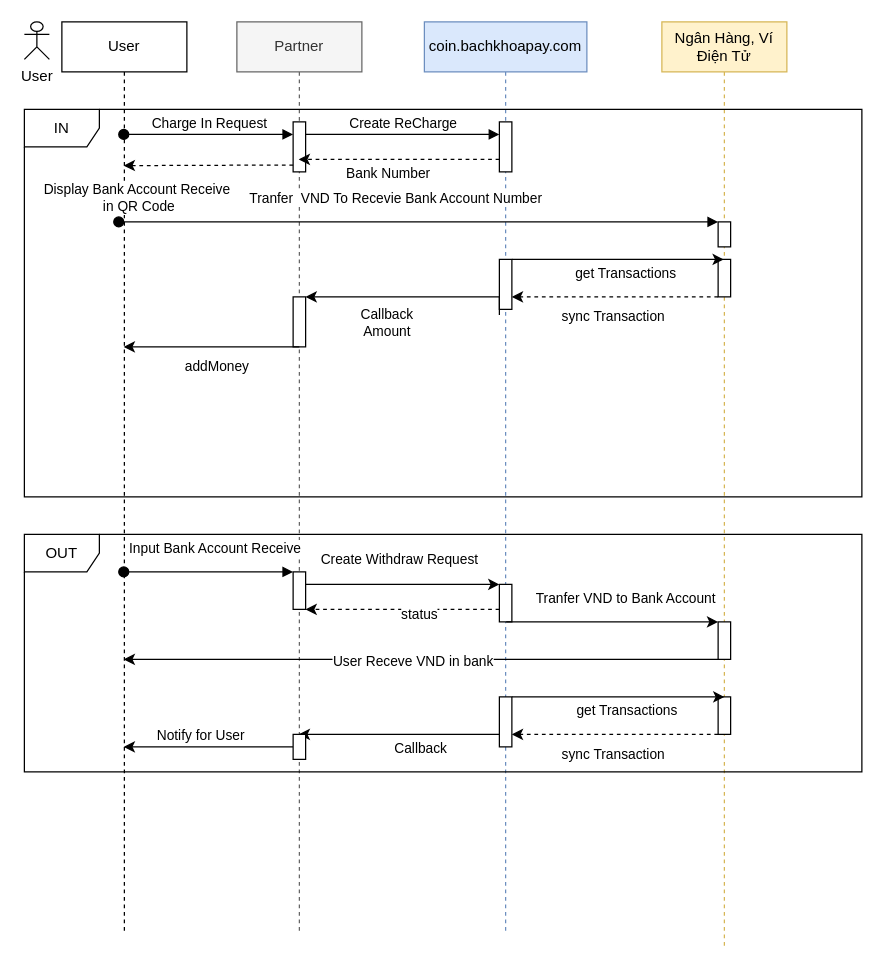
The draw.io diagram OTP VOICE.drawio in bachdev/diagram, before the edit. Source tidied: cells renumbered, new cells numbered last; positions are measured from the earlier drawing's top-left corner, leaving out a move shared by most shapes. Both pictures are drawn from the tidied source at 125%, with x=0, y=0 at pixel (24, 21).
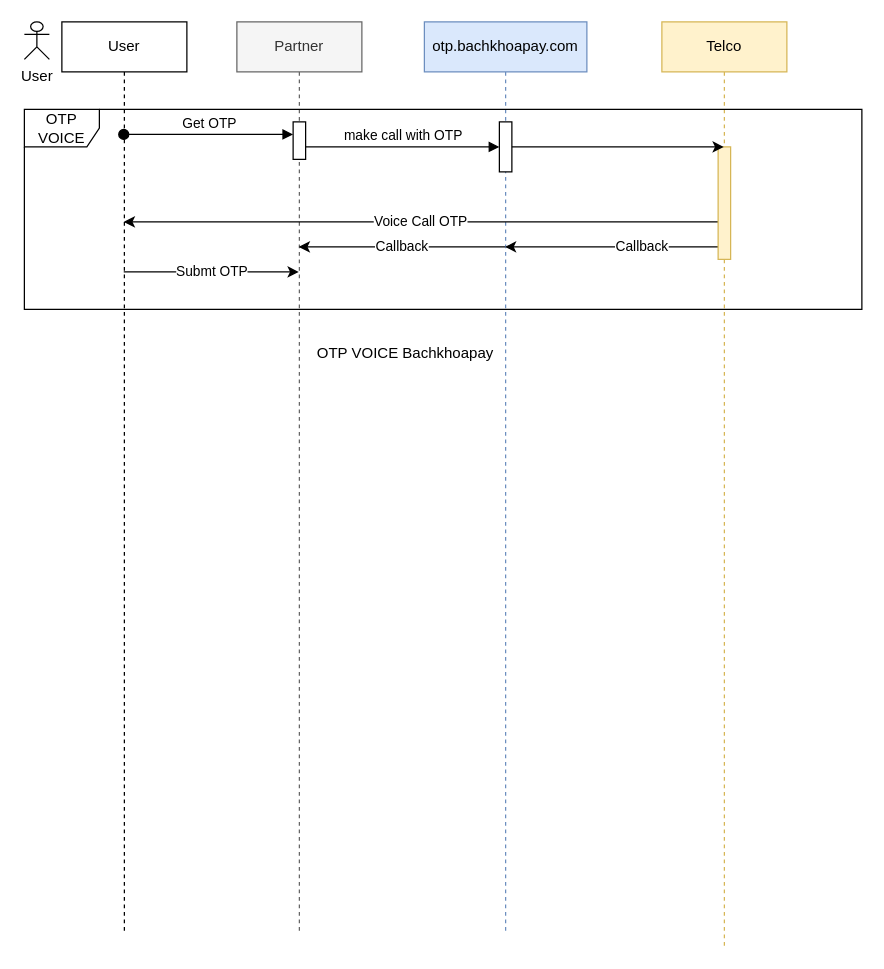
The same diagram, later.

The change refers to these unchanged cells:
```xml
<mxCell id="2" value="Partner" style="shape=umlLifeline;perimeter=lifelinePerimeter;whiteSpace=wrap;html=1;outlineConnect=0;portConstraint=eastwest;newEdgeStyle={&quot;edgeStyle&quot;:&quot;elbowEdgeStyle&quot;,&quot;elbow&quot;:&quot;vertical&quot;,&quot;curved&quot;:0,&quot;rounded&quot;:0};fillColor=#f5f5f5;fontColor=#333333;strokeColor=#666666;" parent="1" vertex="1">
  <mxGeometry x="170" width="100" height="730" as="geometry" />
</mxCell>
<mxCell id="7" style="html=1;points=[];perimeter=orthogonalPerimeter;outlineConnect=0;targetShapes=umlLifeline;portConstraint=eastwest;newEdgeStyle={&quot;edgeStyle&quot;:&quot;elbowEdgeStyle&quot;,&quot;elbow&quot;:&quot;vertical&quot;,&quot;curved&quot;:0,&quot;rounded&quot;:0};" parent="6" vertex="1">
  <mxGeometry x="60" y="80" width="10" height="40" as="geometry" />
</mxCell>
<mxCell id="17" value="User" style="shape=umlLifeline;perimeter=lifelinePerimeter;whiteSpace=wrap;html=1;outlineConnect=0;portConstraint=eastwest;newEdgeStyle={&quot;edgeStyle&quot;:&quot;elbowEdgeStyle&quot;,&quot;elbow&quot;:&quot;vertical&quot;,&quot;curved&quot;:0,&quot;rounded&quot;:0};" parent="1" vertex="1">
  <mxGeometry x="30" width="100" height="730" as="geometry" />
</mxCell>
```

Change to the diagram source:
```diff
@@
     <mxCell id="3" style="html=1;points=[];perimeter=orthogonalPerimeter;outlineConnect=0;targetShapes=umlLifeline;portConstraint=eastwest;newEdgeStyle={&quot;edgeStyle&quot;:&quot;elbowEdgeStyle&quot;,&quot;elbow&quot;:&quot;vertical&quot;,&quot;curved&quot;:0,&quot;rounded&quot;:0};" parent="2" vertex="1">
-      <mxGeometry x="45" y="80" width="10" height="40" as="geometry" />
+      <mxGeometry x="45" y="80" width="10" height="30" as="geometry" />
     </mxCell>
-    <mxCell id="4" style="html=1;perimeter=orthogonalPerimeter;targetShapes=umlLifeline;newEdgeStyle={&quot;edgeStyle&quot;:&quot;elbowEdgeStyle&quot;,&quot;elbow&quot;:&quot;vertical&quot;,&quot;curved&quot;:0,&quot;rounded&quot;:0};" parent="2" vertex="1">
-      <mxGeometry x="45" y="220" width="10" height="40" as="geometry" />
-    </mxCell>
-    <mxCell id="5" style="html=1;points=[];perimeter=orthogonalPerimeter;outlineConnect=0;targetShapes=umlLifeline;portConstraint=eastwest;newEdgeStyle={&quot;edgeStyle&quot;:&quot;elbowEdgeStyle&quot;,&quot;elbow&quot;:&quot;vertical&quot;,&quot;curved&quot;:0,&quot;rounded&quot;:0};" parent="2" vertex="1">
-      <mxGeometry x="45" y="440" width="10" height="30" as="geometry" />
-    </mxCell>
+    <mxCell id="55" value="Callback " style="edgeStyle=elbowEdgeStyle;rounded=0;jettySize=auto;html=1;elbow=vertical;curved=0;" parent="1" edge="1" source="6" target="2">
+      <mxGeometry relative="1" as="geometry">
+        <Array as="points">
+          <mxPoint x="300" y="180" />
+        </Array>
+      </mxGeometry>
+    </mxCell>
-    <mxCell id="6" value="coin.bachkhoapay.com" style="shape=umlLifeline;perimeter=lifelinePerimeter;whiteSpace=wrap;html=1;outlineConnect=0;portConstraint=eastwest;newEdgeStyle={&quot;edgeStyle&quot;:&quot;elbowEdgeStyle&quot;,&quot;elbow&quot;:&quot;vertical&quot;,&quot;curved&quot;:0,&quot;rounded&quot;:0};fillColor=#dae8fc;strokeColor=#6c8ebf;" parent="1" vertex="1">
+    <mxCell id="6" value="otp.bachkhoapay.com" style="shape=umlLifeline;perimeter=lifelinePerimeter;whiteSpace=wrap;html=1;outlineConnect=0;portConstraint=eastwest;newEdgeStyle={&quot;edgeStyle&quot;:&quot;elbowEdgeStyle&quot;,&quot;elbow&quot;:&quot;vertical&quot;,&quot;curved&quot;:0,&quot;rounded&quot;:0};fillColor=#dae8fc;strokeColor=#6c8ebf;" parent="1" vertex="1">
       <mxGeometry x="320" width="130" height="730" as="geometry" />
     </mxCell>
@@
-    <mxCell id="8" style="html=1;points=[];perimeter=orthogonalPerimeter;outlineConnect=0;targetShapes=umlLifeline;portConstraint=eastwest;newEdgeStyle={&quot;edgeStyle&quot;:&quot;elbowEdgeStyle&quot;,&quot;elbow&quot;:&quot;vertical&quot;,&quot;curved&quot;:0,&quot;rounded&quot;:0};" parent="6" vertex="1">
-      <mxGeometry x="60" y="190" width="10" height="40" as="geometry" />
-    </mxCell>
-    <mxCell id="9" style="html=1;points=[];perimeter=orthogonalPerimeter;outlineConnect=0;targetShapes=umlLifeline;portConstraint=eastwest;newEdgeStyle={&quot;edgeStyle&quot;:&quot;elbowEdgeStyle&quot;,&quot;elbow&quot;:&quot;vertical&quot;,&quot;curved&quot;:0,&quot;rounded&quot;:0};" parent="6" vertex="1">
-      <mxGeometry x="60" y="450" width="10" height="30" as="geometry" />
-    </mxCell>
-    <mxCell id="10" value="Create ReCharge" style="html=1;verticalAlign=bottom;endArrow=block;edgeStyle=elbowEdgeStyle;elbow=vertical;curved=0;rounded=0;" parent="1" edge="1" source="3" target="7">
+    <mxCell id="10" value="make call with OTP" style="html=1;verticalAlign=bottom;endArrow=block;edgeStyle=elbowEdgeStyle;elbow=horizontal;curved=0;rounded=0;" parent="1" edge="1" source="3" target="7">
       <mxGeometry relative="1" as="geometry">
         <Array as="points">
-          <mxPoint x="310" y="90" />
+          <mxPoint x="280" y="100" />
         </Array>
       </mxGeometry>
     </mxCell>
@@
-    <mxCell id="12" value="Ngân Hàng, Ví Điện Tử " style="shape=umlLifeline;perimeter=lifelinePerimeter;whiteSpace=wrap;html=1;outlineConnect=0;portConstraint=eastwest;newEdgeStyle={&quot;edgeStyle&quot;:&quot;elbowEdgeStyle&quot;,&quot;elbow&quot;:&quot;vertical&quot;,&quot;curved&quot;:0,&quot;rounded&quot;:0};fillColor=#fff2cc;strokeColor=#d6b656;" parent="1" vertex="1">
+    <mxCell id="12" value="Telco" style="shape=umlLifeline;perimeter=lifelinePerimeter;whiteSpace=wrap;html=1;outlineConnect=0;portConstraint=eastwest;newEdgeStyle={&quot;edgeStyle&quot;:&quot;elbowEdgeStyle&quot;,&quot;elbow&quot;:&quot;vertical&quot;,&quot;curved&quot;:0,&quot;rounded&quot;:0};fillColor=#fff2cc;strokeColor=#d6b656;" parent="1" vertex="1">
       <mxGeometry x="510" width="100" height="740" as="geometry" />
     </mxCell>
@@
-    <mxCell id="15" style="html=1;perimeter=orthogonalPerimeter;targetShapes=umlLifeline;newEdgeStyle={&quot;edgeStyle&quot;:&quot;elbowEdgeStyle&quot;,&quot;elbow&quot;:&quot;vertical&quot;,&quot;curved&quot;:0,&quot;rounded&quot;:0};" parent="12" vertex="1">
-      <mxGeometry x="45" y="190" width="10" height="30" as="geometry" />
-    </mxCell>
-    <mxCell id="16" style="html=1;perimeter=orthogonalPerimeter;targetShapes=umlLifeline;newEdgeStyle={&quot;edgeStyle&quot;:&quot;elbowEdgeStyle&quot;,&quot;elbow&quot;:&quot;vertical&quot;,&quot;curved&quot;:0,&quot;rounded&quot;:0};" parent="12" vertex="1">
-      <mxGeometry x="45" y="480" width="10" height="30" as="geometry" />
-    </mxCell>
+    <mxCell id="56" value="Submt OTP" style="edgeStyle=elbowEdgeStyle;rounded=0;orthogonalLoop=1;jettySize=auto;html=1;elbow=horizontal;curved=0;" parent="1" edge="1">
+      <mxGeometry relative="1" as="geometry">
+        <mxPoint x="79.5" y="200" as="sourcePoint" />
+        <mxPoint x="219.5" y="200" as="targetPoint" />
+      </mxGeometry>
+    </mxCell>
@@
-    <mxCell id="18" value="Charge In Request " style="html=1;verticalAlign=bottom;startArrow=oval;endArrow=block;startSize=8;edgeStyle=elbowEdgeStyle;elbow=vertical;curved=0;rounded=0;" parent="1" edge="1">
+    <mxCell id="18" value="Get OTP" style="html=1;verticalAlign=bottom;startArrow=oval;endArrow=block;startSize=8;edgeStyle=elbowEdgeStyle;elbow=vertical;curved=0;rounded=0;" parent="1" edge="1">
       <mxGeometry relative="1" as="geometry">
         <mxPoint x="79.5" y="90" as="sourcePoint" />
         <mxPoint x="215" y="90" as="targetPoint" />
       </mxGeometry>
     </mxCell>
-    <mxCell id="19" style="edgeStyle=elbowEdgeStyle;rounded=0;orthogonalLoop=1;jettySize=auto;html=1;elbow=vertical;curved=0;dashed=1;" parent="1" edge="1">
-      <mxGeometry relative="1" as="geometry">
-        <mxPoint x="215" y="114.5" as="sourcePoint" />
-        <mxPoint x="79.5" y="114.5" as="targetPoint" />
-      </mxGeometry>
-    </mxCell>
-    <mxCell id="20" value="&lt;div&gt;Display Bank Account Receive&lt;/div&gt;&lt;div&gt;&amp;nbsp;in QR Code&lt;/div&gt;" style="edgeLabel;html=1;align=center;verticalAlign=middle;" parent="19" vertex="1">
-      <mxGeometry x="-0.23" y="4" relative="1" as="geometry">
-        <mxPoint x="-73" y="21" as="offset" />
-      </mxGeometry>
-    </mxCell>
-    <mxCell id="21" value="Tranfer&amp;nbsp; VND To Recevie Bank Account Number" style="html=1;verticalAlign=bottom;startArrow=oval;endArrow=block;startSize=8;edgeStyle=elbowEdgeStyle;elbow=vertical;curved=0;rounded=0;" parent="1" edge="1">
-      <mxGeometry x="-0.08" y="10" relative="1" as="geometry">
-        <mxPoint x="75.5" y="160" as="sourcePoint" />
-        <mxPoint x="555" y="160" as="targetPoint" />
-      </mxGeometry>
-    </mxCell>
-    <mxCell id="22" style="edgeStyle=elbowEdgeStyle;rounded=0;jettySize=auto;html=1;elbow=horizontal;curved=0;" parent="1" edge="1" source="8" target="12">
-      <mxGeometry relative="1" as="geometry">
-        <Array as="points">
-          <mxPoint x="460" y="190" />
-        </Array>
-      </mxGeometry>
-    </mxCell>
-    <mxCell id="23" value="get Transactions " style="edgeLabel;html=1;align=center;verticalAlign=middle;" parent="22" vertex="1">
-      <mxGeometry x="0.1" y="-1" relative="1" as="geometry">
-        <mxPoint x="-3" y="9" as="offset" />
-      </mxGeometry>
-    </mxCell>
-    <mxCell id="24" style="edgeStyle=elbowEdgeStyle;rounded=0;jettySize=auto;html=1;elbow=vertical;curved=0;dashed=1;" parent="1" edge="1" target="8">
-      <mxGeometry relative="1" as="geometry">
-        <mxPoint x="555" y="220" as="sourcePoint" />
-        <Array as="points">
-          <mxPoint x="480" y="220" />
-        </Array>
-      </mxGeometry>
-    </mxCell>
-    <mxCell id="25" value="sync Transaction" style="edgeLabel;html=1;align=center;verticalAlign=middle;" parent="24" vertex="1">
-      <mxGeometry x="0.3" y="2" relative="1" as="geometry">
-        <mxPoint x="22" y="13" as="offset" />
-      </mxGeometry>
-    </mxCell>
-    <mxCell id="26" style="edgeStyle=elbowEdgeStyle;rounded=0;orthogonalLoop=1;jettySize=auto;html=1;elbow=vertical;curved=0;" parent="1" edge="1">
-      <mxGeometry relative="1" as="geometry">
-        <mxPoint x="380" y="234.5" as="sourcePoint" />
-        <mxPoint x="225" y="220" as="targetPoint" />
-        <Array as="points">
-          <mxPoint x="300" y="220" />
-        </Array>
-      </mxGeometry>
-    </mxCell>
-    <mxCell id="27" value="&lt;div&gt;Callback&lt;/div&gt;&lt;div&gt;Amount &lt;br&gt;&lt;/div&gt;" style="edgeLabel;html=1;align=center;verticalAlign=middle;" parent="26" vertex="1">
-      <mxGeometry x="-0.05" relative="1" as="geometry">
-        <mxPoint x="-24" y="20" as="offset" />
-      </mxGeometry>
-    </mxCell>
-    <mxCell id="28" style="edgeStyle=elbowEdgeStyle;rounded=0;orthogonalLoop=1;jettySize=auto;html=1;elbow=vertical;curved=0;" parent="1" edge="1">
-      <mxGeometry relative="1" as="geometry">
-        <mxPoint x="220" y="260" as="sourcePoint" />
-        <mxPoint x="79.5" y="260" as="targetPoint" />
-      </mxGeometry>
-    </mxCell>
-    <mxCell id="29" value="addMoney" style="edgeLabel;html=1;align=center;verticalAlign=middle;" parent="28" vertex="1">
-      <mxGeometry x="-0.22" y="-2" relative="1" as="geometry">
-        <mxPoint x="-12" y="17" as="offset" />
-      </mxGeometry>
-    </mxCell>
-    <mxCell id="30" style="edgeStyle=elbowEdgeStyle;rounded=0;orthogonalLoop=1;jettySize=auto;html=1;elbow=vertical;curved=0;dashed=1;" parent="1" edge="1">
-      <mxGeometry relative="1" as="geometry">
-        <mxPoint x="380" y="110" as="sourcePoint" />
-        <mxPoint x="219.5" y="110" as="targetPoint" />
-      </mxGeometry>
-    </mxCell>
-    <mxCell id="31" value="Bank Number" style="edgeLabel;html=1;align=center;verticalAlign=middle;" parent="30" vertex="1">
-      <mxGeometry x="-0.29" y="2" relative="1" as="geometry">
-        <mxPoint x="-33" y="8" as="offset" />
-      </mxGeometry>
-    </mxCell>
@@
-    <mxCell id="33" value="OUT" style="shape=umlFrame;whiteSpace=wrap;html=1;" parent="1" vertex="1">
-      <mxGeometry y="410" width="670" height="190" as="geometry" />
-    </mxCell>
-    <mxCell id="34" value="&amp;nbsp;Input Bank Account Receive " style="html=1;verticalAlign=bottom;startArrow=oval;endArrow=block;startSize=8;edgeStyle=elbowEdgeStyle;elbow=vertical;curved=0;rounded=0;" parent="1" edge="1">
-      <mxGeometry x="0.05" y="10" relative="1" as="geometry">
-        <mxPoint x="79.5" y="440" as="sourcePoint" />
-        <mxPoint x="215" y="440" as="targetPoint" />
-      </mxGeometry>
-    </mxCell>
-    <mxCell id="35" value="Create Withdraw Request " style="edgeStyle=elbowEdgeStyle;rounded=0;jettySize=auto;html=1;elbow=vertical;curved=0;" parent="1" edge="1" source="5" target="9">
-      <mxGeometry x="-0.03" y="20" relative="1" as="geometry">
-        <Array as="points">
-          <mxPoint x="290" y="450" />
-        </Array>
-      </mxGeometry>
-    </mxCell>
+    <mxCell id="57" value="Voice Call OTP" style="edgeStyle=elbowEdgeStyle;rounded=0;jettySize=auto;html=1;elbow=horizontal;curved=0;" parent="1" edge="1" source="36" target="17">
+      <mxGeometry relative="1" as="geometry">
+        <Array as="points">
+          <mxPoint x="343" y="160" />
+        </Array>
+      </mxGeometry>
+    </mxCell>
+    <mxCell id="58" style="edgeStyle=elbowEdgeStyle;rounded=0;orthogonalLoop=1;jettySize=auto;html=1;elbow=vertical;curved=0;" parent="1" edge="1">
+      <mxGeometry relative="1" as="geometry">
+        <mxPoint x="555" y="180" as="sourcePoint" />
+        <mxPoint x="384.5" y="180" as="targetPoint" />
+      </mxGeometry>
+    </mxCell>
+    <mxCell id="45" value="Callback " style="edgeLabel;html=1;align=center;verticalAlign=middle;" parent="58" vertex="1">
+      <mxGeometry x="-0.27" y="-1" relative="1" as="geometry" />
+    </mxCell>
-    <mxCell id="36" style="html=1;points=[];perimeter=orthogonalPerimeter;outlineConnect=0;targetShapes=umlLifeline;portConstraint=eastwest;newEdgeStyle={&quot;edgeStyle&quot;:&quot;elbowEdgeStyle&quot;,&quot;elbow&quot;:&quot;vertical&quot;,&quot;curved&quot;:0,&quot;rounded&quot;:0};" parent="1" vertex="1">
-      <mxGeometry x="555" y="160" width="10" height="20" as="geometry" />
+    <mxCell id="36" style="html=1;points=[];perimeter=orthogonalPerimeter;outlineConnect=0;targetShapes=umlLifeline;portConstraint=eastwest;newEdgeStyle={&quot;edgeStyle&quot;:&quot;elbowEdgeStyle&quot;,&quot;elbow&quot;:&quot;vertical&quot;,&quot;curved&quot;:0,&quot;rounded&quot;:0};fillColor=#fff2cc;strokeColor=#d6b656;" parent="1" vertex="1">
+      <mxGeometry x="555" y="100" width="10" height="90" as="geometry" />
     </mxCell>
-    <mxCell id="37" style="edgeStyle=elbowEdgeStyle;rounded=0;orthogonalLoop=1;jettySize=auto;html=1;elbow=horizontal;curved=0;" parent="1" edge="1">
-      <mxGeometry relative="1" as="geometry">
-        <mxPoint x="385.5" y="480" as="sourcePoint" />
-        <mxPoint x="555" y="480" as="targetPoint" />
-      </mxGeometry>
-    </mxCell>
-    <mxCell id="38" value="Tranfer VND to Bank Account " style="edgeLabel;html=1;align=center;verticalAlign=middle;" parent="37" vertex="1">
-      <mxGeometry x="-0.14" y="3" relative="1" as="geometry">
-        <mxPoint x="22" y="-17" as="offset" />
-      </mxGeometry>
-    </mxCell>
-    <mxCell id="39" style="edgeStyle=elbowEdgeStyle;rounded=0;orthogonalLoop=1;jettySize=auto;html=1;elbow=vertical;curved=0;" parent="1" edge="1">
-      <mxGeometry relative="1" as="geometry">
-        <mxPoint x="555" y="510" as="sourcePoint" />
-        <mxPoint x="79.5" y="510" as="targetPoint" />
-        <Array as="points">
-          <mxPoint x="420" y="510" />
-        </Array>
-      </mxGeometry>
-    </mxCell>
-    <mxCell id="40" value="User Receve VND in bank" style="edgeLabel;html=1;align=center;verticalAlign=middle;" parent="39" vertex="1">
-      <mxGeometry x="0.03" y="1" relative="1" as="geometry" />
-    </mxCell>
-    <mxCell id="41" value="IN" style="shape=umlFrame;whiteSpace=wrap;html=1;" parent="1" vertex="1">
-      <mxGeometry y="70" width="670" height="310" as="geometry" />
+    <mxCell id="41" value="OTP VOICE" style="shape=umlFrame;whiteSpace=wrap;html=1;" parent="1" vertex="1">
+      <mxGeometry y="70" width="670" height="160" as="geometry" />
     </mxCell>
-    <mxCell id="42" style="edgeStyle=elbowEdgeStyle;rounded=0;jettySize=auto;html=1;elbow=vertical;curved=0;dashed=1;" parent="1" edge="1" source="9" target="5">
-      <mxGeometry relative="1" as="geometry">
-        <Array as="points">
-          <mxPoint x="300" y="470" />
-        </Array>
-      </mxGeometry>
-    </mxCell>
-    <mxCell id="43" value="status" style="edgeLabel;html=1;align=center;verticalAlign=middle;" parent="42" vertex="1">
-      <mxGeometry x="-0.16" y="3" relative="1" as="geometry" />
-    </mxCell>
-    <mxCell id="44" style="edgeStyle=elbowEdgeStyle;rounded=0;jettySize=auto;html=1;elbow=vertical;curved=0;" parent="1" edge="1" source="46" target="2">
-      <mxGeometry relative="1" as="geometry">
-        <Array as="points">
-          <mxPoint x="330" y="570" />
-        </Array>
-      </mxGeometry>
-    </mxCell>
-    <mxCell id="45" value="Callback " style="edgeLabel;html=1;align=center;verticalAlign=middle;" parent="44" vertex="1">
-      <mxGeometry x="-0.2" y="3" relative="1" as="geometry">
-        <mxPoint y="7" as="offset" />
-      </mxGeometry>
-    </mxCell>
-    <mxCell id="46" style="html=1;points=[];perimeter=orthogonalPerimeter;outlineConnect=0;targetShapes=umlLifeline;portConstraint=eastwest;newEdgeStyle={&quot;edgeStyle&quot;:&quot;elbowEdgeStyle&quot;,&quot;elbow&quot;:&quot;vertical&quot;,&quot;curved&quot;:0,&quot;rounded&quot;:0};" parent="1" vertex="1">
-      <mxGeometry x="380" y="540" width="10" height="40" as="geometry" />
-    </mxCell>
-    <mxCell id="47" style="html=1;perimeter=orthogonalPerimeter;targetShapes=umlLifeline;newEdgeStyle={&quot;edgeStyle&quot;:&quot;elbowEdgeStyle&quot;,&quot;elbow&quot;:&quot;vertical&quot;,&quot;curved&quot;:0,&quot;rounded&quot;:0};" parent="1" vertex="1">
-      <mxGeometry x="555" y="540" width="10" height="30" as="geometry" />
-    </mxCell>
-    <mxCell id="48" style="edgeStyle=elbowEdgeStyle;rounded=0;jettySize=auto;html=1;elbow=horizontal;curved=0;" parent="1" edge="1" source="46">
-      <mxGeometry relative="1" as="geometry">
-        <mxPoint x="560" y="540" as="targetPoint" />
-        <Array as="points">
-          <mxPoint x="460" y="540" />
-        </Array>
-      </mxGeometry>
-    </mxCell>
-    <mxCell id="49" value="get Transactions " style="edgeLabel;html=1;align=center;verticalAlign=middle;" parent="48" vertex="1">
-      <mxGeometry x="0.1" y="-1" relative="1" as="geometry">
-        <mxPoint x="-3" y="9" as="offset" />
-      </mxGeometry>
-    </mxCell>
-    <mxCell id="50" style="edgeStyle=elbowEdgeStyle;rounded=0;jettySize=auto;html=1;elbow=vertical;curved=0;dashed=1;" parent="1" edge="1" target="46">
-      <mxGeometry relative="1" as="geometry">
-        <mxPoint x="555" y="570" as="sourcePoint" />
-        <Array as="points">
-          <mxPoint x="480" y="570" />
-        </Array>
-      </mxGeometry>
-    </mxCell>
-    <mxCell id="51" value="sync Transaction" style="edgeLabel;html=1;align=center;verticalAlign=middle;" parent="50" vertex="1">
-      <mxGeometry x="0.3" y="2" relative="1" as="geometry">
-        <mxPoint x="22" y="13" as="offset" />
-      </mxGeometry>
-    </mxCell>
-    <mxCell id="52" style="edgeStyle=elbowEdgeStyle;rounded=0;jettySize=auto;html=1;elbow=vertical;curved=0;" parent="1" edge="1" source="54" target="17">
-      <mxGeometry relative="1" as="geometry" />
-    </mxCell>
-    <mxCell id="53" value="Notify for User" style="edgeLabel;html=1;align=center;verticalAlign=middle;" parent="52" vertex="1">
-      <mxGeometry x="0.18" y="1" relative="1" as="geometry">
-        <mxPoint x="5" y="-11" as="offset" />
-      </mxGeometry>
-    </mxCell>
-    <mxCell id="54" style="html=1;points=[];perimeter=orthogonalPerimeter;outlineConnect=0;targetShapes=umlLifeline;portConstraint=eastwest;newEdgeStyle={&quot;edgeStyle&quot;:&quot;elbowEdgeStyle&quot;,&quot;elbow&quot;:&quot;vertical&quot;,&quot;curved&quot;:0,&quot;rounded&quot;:0};" parent="1" vertex="1">
-      <mxGeometry x="215" y="570" width="10" height="20" as="geometry" />
-    </mxCell>
+    <mxCell id="59" style="edgeStyle=elbowEdgeStyle;rounded=0;jettySize=auto;html=1;elbow=vertical;curved=0;" parent="1" edge="1" source="7" target="12">
+      <mxGeometry relative="1" as="geometry" />
+    </mxCell>
+    <mxCell id="60" value="OTP VOICE Bachkhoapay" style="text;html=1;align=center;verticalAlign=middle;whiteSpace=wrap;rounded=0;" parent="1" vertex="1">
+      <mxGeometry x="200" y="250" width="210" height="30" as="geometry" />
+    </mxCell>
```
